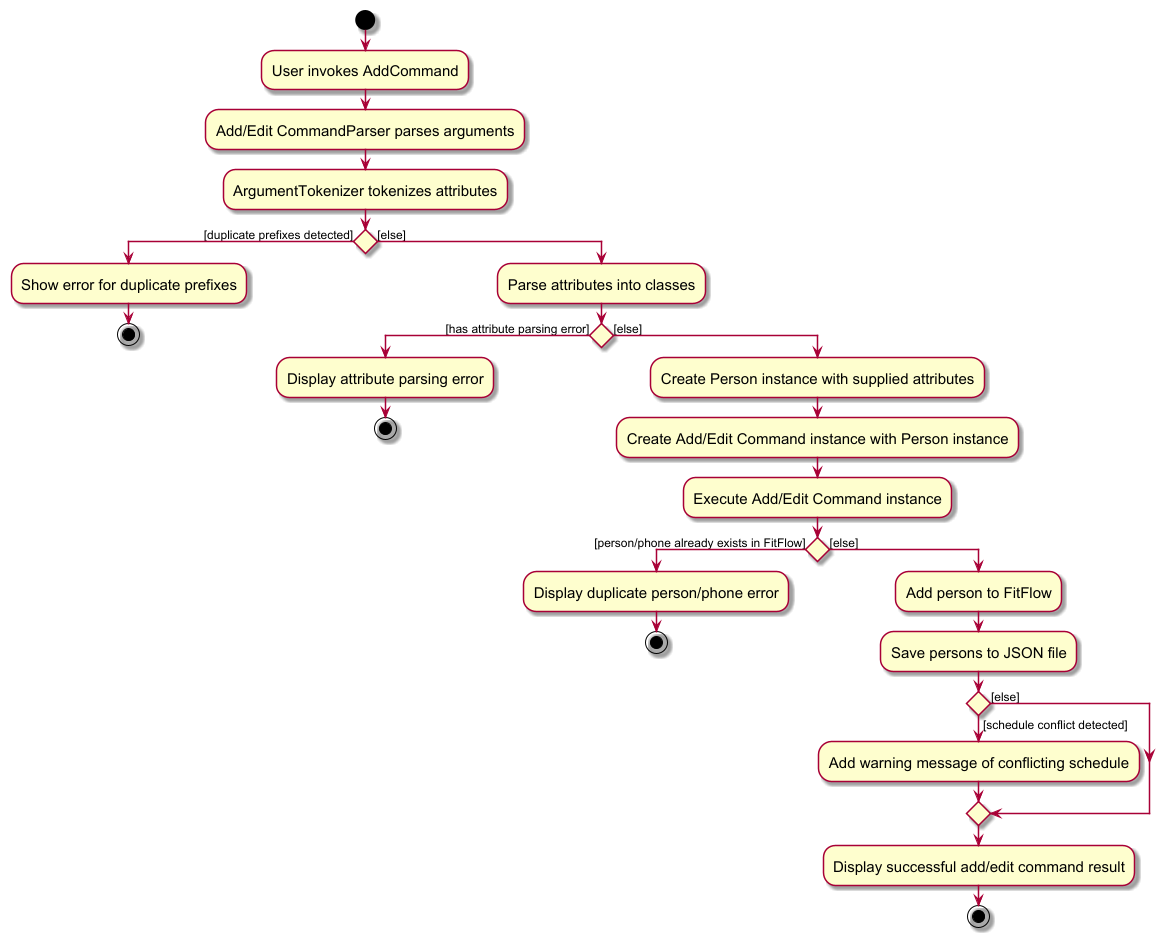
The PlantUML diagram docs/images/AddCommand_EditCommandActivityDiagram.png in AY2425S2-CS2103T-T13-1/tp, before a commit.
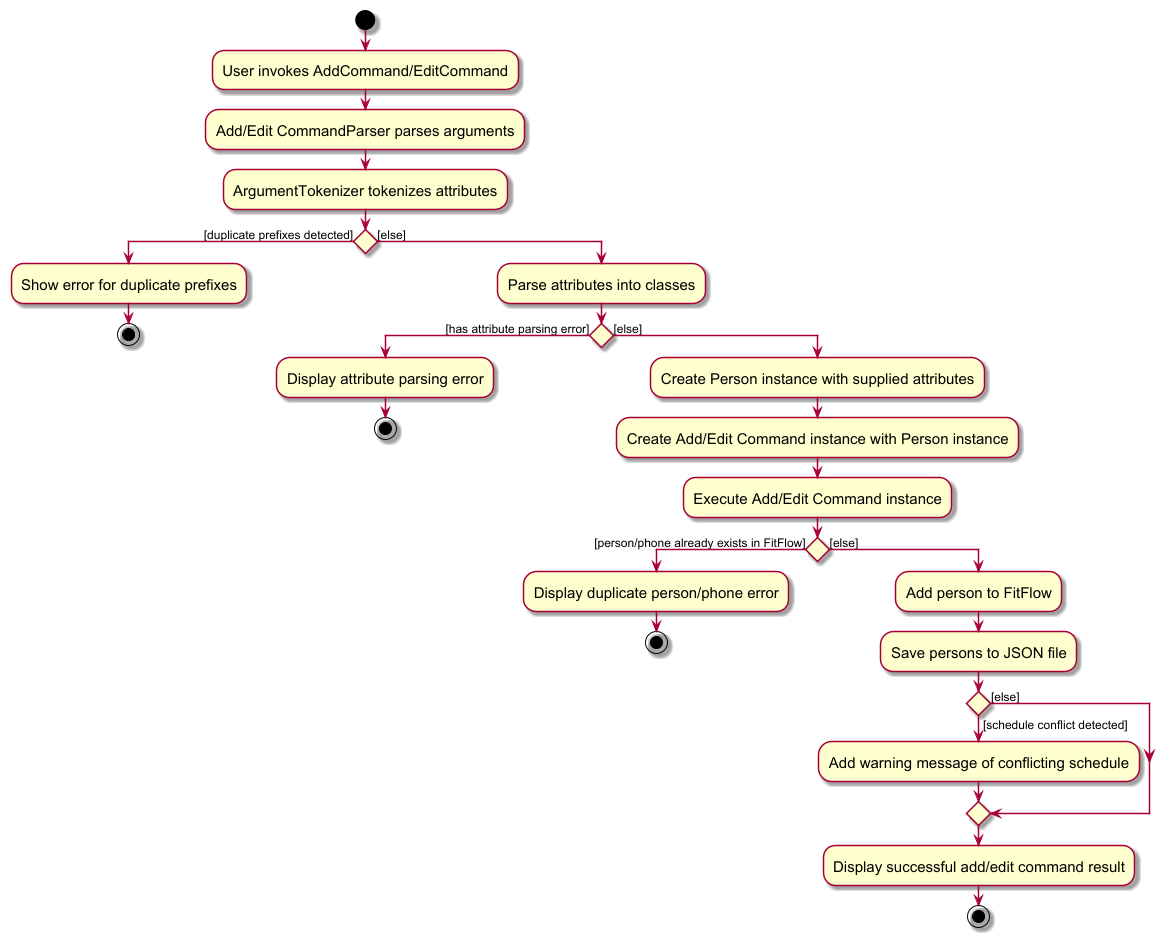
After the change.

Commit message:
Fix text bug in UML diagram

Diff of the diagram source:
```diff
@@ -3,7 +3,7 @@
 skinparam ActivityFontSize 15
 skinparam ArrowFontSize 12
 start
-:User invokes AddCommand;
+:User invokes AddCommand/EditCommand;
 :Add/Edit CommandParser parses arguments;
 :ArgumentTokenizer tokenizes attributes;
 if () then ([duplicate prefixes detected])
```
